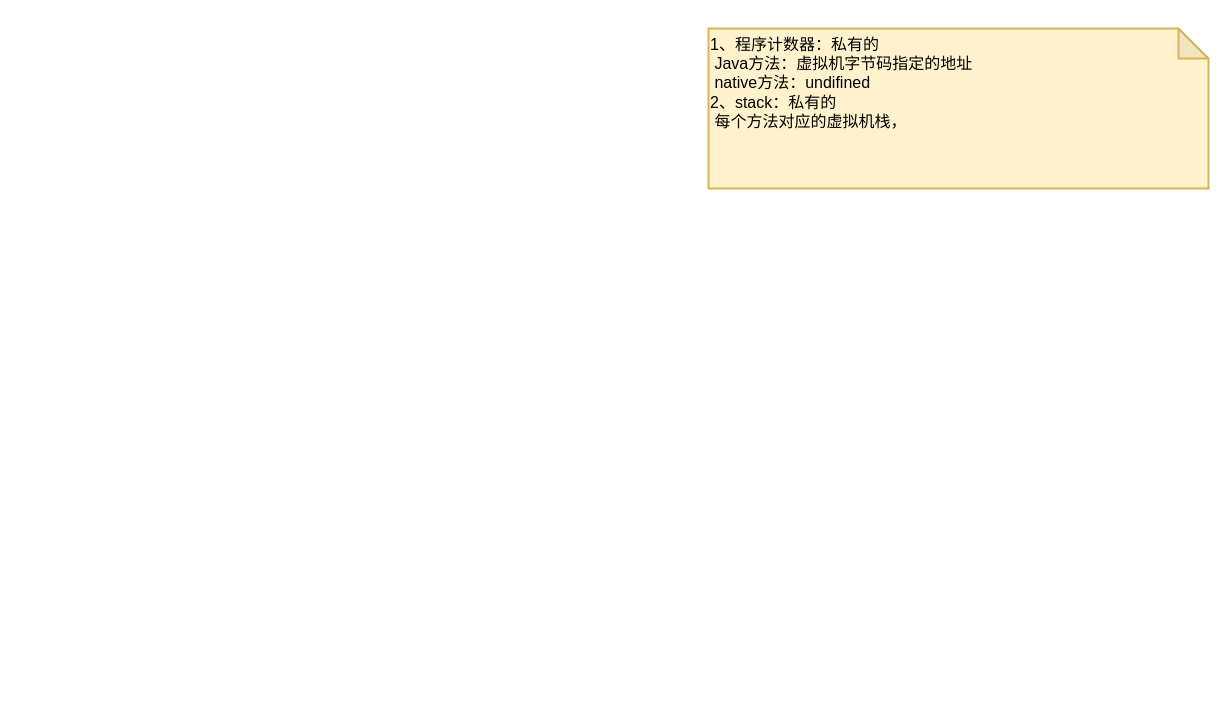
Earlier version of the draw.io diagram page "运行时数据区域" (4 of 4) of JVM.drawio (starzy1990/diagrams). Source tidied: cells renumbered, new cells numbered last; positions are measured from the earlier drawing's top-left corner, leaving out a move shared by most shapes. Both pictures are drawn from the tidied source at 100%, with x=0, y=0 at pixel (708, 28).
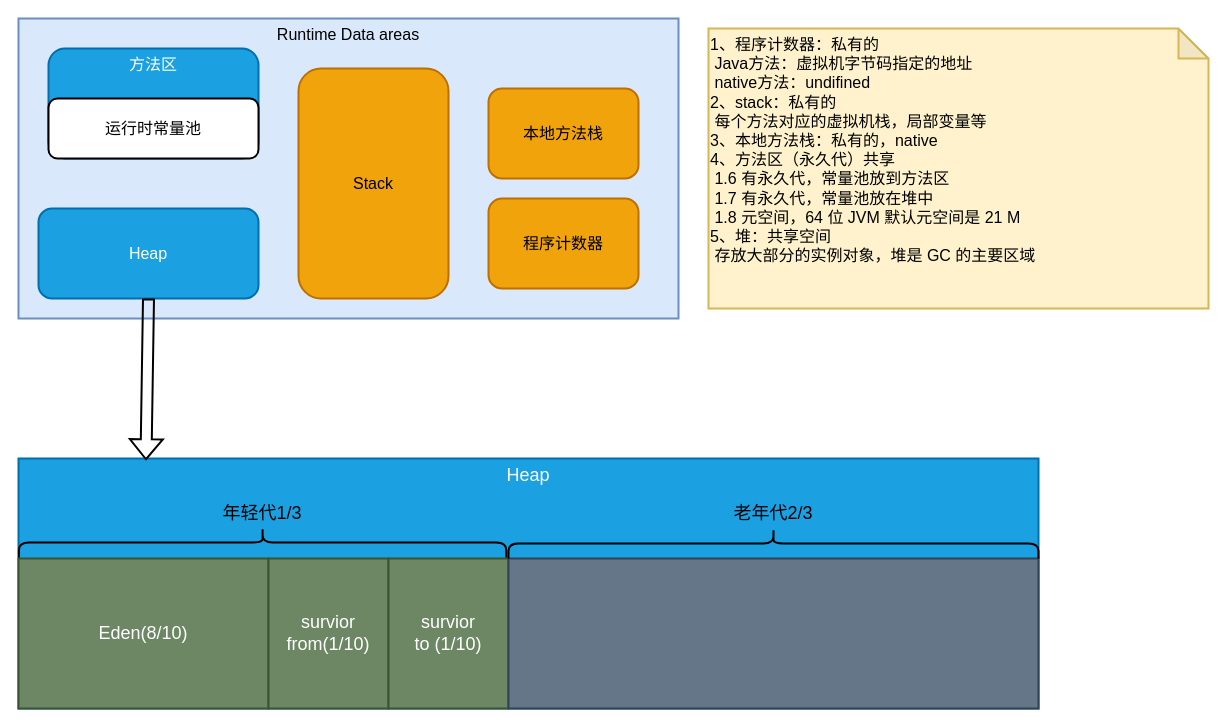
The same diagram, later.

What changed in the source:
```diff
@@
 <mxGraphModel>
   <root>
     <mxCell id="0" />
     <mxCell id="1" parent="0" />
-    <mxCell id="2" value="1、程序计数器：私有的&lt;br&gt;&lt;span style=&quot;white-space: pre&quot;&gt; &lt;/span&gt;Java方法：虚拟机字节码指定的地址&lt;br&gt;&lt;span style=&quot;white-space: pre&quot;&gt; &lt;/span&gt;native方法：undifined&lt;br&gt;2、stack：私有的&lt;br&gt;&lt;span style=&quot;white-space: pre&quot;&gt; &lt;/span&gt;每个方法对应的虚拟机栈，" style="shape=note;whiteSpace=wrap;html=1;backgroundOutline=1;darkOpacity=0.05;fontSize=16;strokeWidth=2;fillColor=#fff2cc;strokeColor=#d6b656;align=left;verticalAlign=top;" parent="1" vertex="1">
-      <mxGeometry width="500" height="160" as="geometry" />
+    <mxCell id="2" value="1、程序计数器：私有的&lt;br&gt;&lt;span style=&quot;white-space: pre&quot;&gt; &lt;/span&gt;Java方法：虚拟机字节码指定的地址&lt;br&gt;&lt;span style=&quot;white-space: pre&quot;&gt; &lt;/span&gt;native方法：undifined&lt;br&gt;2、stack：私有的&lt;br&gt;&lt;span style=&quot;white-space: pre&quot;&gt; &lt;/span&gt;每个方法对应的虚拟机栈，局部变量等&lt;br&gt;3、本地方法栈：私有的，native&lt;br&gt;4、方法区（永久代）共享&lt;br&gt;&lt;span style=&quot;white-space: pre&quot;&gt; &lt;/span&gt;1.6 有永久代，常量池放到方法区&lt;br&gt;&lt;span style=&quot;white-space: pre&quot;&gt; &lt;/span&gt;1.7 有永久代，常量池放在堆中&lt;br&gt;&lt;span style=&quot;white-space: pre&quot;&gt; &lt;/span&gt;1.8 元空间，64 位 JVM 默认元空间是 21 M&lt;br&gt;5、堆：共享空间&lt;br&gt;&lt;span style=&quot;white-space: pre&quot;&gt; &lt;/span&gt;存放大部分的实例对象，堆是 GC 的主要区域" style="shape=note;whiteSpace=wrap;html=1;backgroundOutline=1;darkOpacity=0.05;fontSize=16;strokeWidth=2;fillColor=#fff2cc;strokeColor=#d6b656;align=left;verticalAlign=top;" parent="1" vertex="1">
+      <mxGeometry width="500" height="280" as="geometry" />
     </mxCell>
+    <mxCell id="3" value="Runtime Data areas" style="rounded=0;whiteSpace=wrap;html=1;fontSize=16;strokeWidth=2;fillColor=#dae8fc;strokeColor=#6c8ebf;verticalAlign=top;" parent="1" vertex="1">
+      <mxGeometry x="-690" y="-10" width="660" height="300" as="geometry" />
+    </mxCell>
+    <mxCell id="4" value="方法区" style="rounded=1;whiteSpace=wrap;html=1;fontSize=16;strokeWidth=2;fillColor=#1ba1e2;fontColor=#ffffff;strokeColor=#006EAF;verticalAlign=top;" parent="1" vertex="1">
+      <mxGeometry x="-660" y="20" width="210" height="110" as="geometry" />
+    </mxCell>
+    <mxCell id="5" value="运行时常量池" style="rounded=1;whiteSpace=wrap;html=1;fontSize=16;strokeWidth=2;" parent="1" vertex="1">
+      <mxGeometry x="-660" y="70" width="210" height="60" as="geometry" />
+    </mxCell>
+    <mxCell id="6" value="Heap" style="rounded=1;whiteSpace=wrap;html=1;fontSize=16;strokeWidth=2;fillColor=#1ba1e2;fontColor=#ffffff;strokeColor=#006EAF;" parent="1" vertex="1">
+      <mxGeometry x="-670" y="180" width="220" height="90" as="geometry" />
+    </mxCell>
+    <mxCell id="7" value="Stack" style="rounded=1;whiteSpace=wrap;html=1;fontSize=16;strokeWidth=2;fillColor=#f0a30a;fontColor=#000000;strokeColor=#BD7000;" parent="1" vertex="1">
+      <mxGeometry x="-410" y="40" width="150" height="230" as="geometry" />
+    </mxCell>
+    <mxCell id="8" value="本地方法栈" style="rounded=1;whiteSpace=wrap;html=1;fontSize=16;strokeWidth=2;fillColor=#f0a30a;fontColor=#000000;strokeColor=#BD7000;" parent="1" vertex="1">
+      <mxGeometry x="-220" y="60" width="150" height="90" as="geometry" />
+    </mxCell>
+    <mxCell id="9" value="程序计数器" style="rounded=1;whiteSpace=wrap;html=1;fontSize=16;strokeWidth=2;fillColor=#f0a30a;fontColor=#000000;strokeColor=#BD7000;" parent="1" vertex="1">
+      <mxGeometry x="-220" y="170" width="150" height="90" as="geometry" />
+    </mxCell>
+    <mxCell id="10" value="Heap" style="rounded=0;whiteSpace=wrap;html=1;fontSize=18;strokeWidth=2;verticalAlign=top;fillColor=#1ba1e2;strokeColor=#006EAF;fontColor=#ffffff;" parent="1" vertex="1">
+      <mxGeometry x="-690" y="430" width="1020" height="250" as="geometry" />
+    </mxCell>
+    <mxCell id="11" style="shape=flexArrow;endArrow=classic;html=1;rounded=0;fontSize=16;strokeWidth=2;exitX=0.5;exitY=1;exitDx=0;exitDy=0;entryX=0.125;entryY=0.007;entryDx=0;entryDy=0;entryPerimeter=0;" parent="1" edge="1" source="6" target="10">
+      <mxGeometry relative="1" as="geometry" />
+    </mxCell>
+    <mxCell id="12" value="Eden(8/10)" style="rounded=0;whiteSpace=wrap;html=1;fontSize=18;strokeWidth=2;fillColor=#6d8764;fontColor=#ffffff;strokeColor=#3A5431;" parent="1" vertex="1">
+      <mxGeometry x="-690" y="530" width="250" height="150" as="geometry" />
+    </mxCell>
+    <mxCell id="13" value="survior&lt;br style=&quot;font-size: 18px;&quot;&gt;from(1/10)" style="rounded=0;whiteSpace=wrap;html=1;fontSize=18;strokeWidth=2;fillColor=#6d8764;fontColor=#ffffff;strokeColor=#3A5431;" parent="1" vertex="1">
+      <mxGeometry x="-440" y="530" width="120" height="150" as="geometry" />
+    </mxCell>
+    <mxCell id="14" value="survior&lt;br style=&quot;font-size: 18px;&quot;&gt;to (1/10)" style="rounded=0;whiteSpace=wrap;html=1;fontSize=18;strokeWidth=2;fillColor=#6d8764;fontColor=#ffffff;strokeColor=#3A5431;" parent="1" vertex="1">
+      <mxGeometry x="-320" y="530" width="120" height="150" as="geometry" />
+    </mxCell>
+    <mxCell id="15" style="rounded=0;whiteSpace=wrap;html=1;fontSize=16;strokeWidth=2;fillColor=#647687;fontColor=#ffffff;strokeColor=#314354;" parent="1" vertex="1">
+      <mxGeometry x="-200" y="530" width="530" height="150" as="geometry" />
+    </mxCell>
+    <mxCell id="16" style="shape=curlyBracket;whiteSpace=wrap;html=1;rounded=1;fontSize=16;strokeWidth=2;rotation=90;size=0.5;" parent="1" vertex="1">
+      <mxGeometry x="-460.9" y="270.3" width="30" height="487.4" as="geometry" />
+    </mxCell>
+    <mxCell id="17" value="年轻代1/3" style="text;html=1;strokeColor=none;fillColor=none;align=center;verticalAlign=middle;whiteSpace=wrap;rounded=0;fontSize=18;" parent="1" vertex="1">
+      <mxGeometry x="-488.9" y="470" width="86" height="30" as="geometry" />
+    </mxCell>
+    <mxCell id="18" style="shape=curlyBracket;whiteSpace=wrap;html=1;rounded=1;flipH=1;fontSize=18;strokeWidth=2;direction=south;" parent="1" vertex="1">
+      <mxGeometry x="-200" y="500" width="530" height="30" as="geometry" />
+    </mxCell>
+    <mxCell id="19" value="老年代2/3" style="text;html=1;strokeColor=none;fillColor=none;align=center;verticalAlign=middle;whiteSpace=wrap;rounded=0;fontSize=18;" parent="1" vertex="1">
+      <mxGeometry x="22" y="470" width="86" height="30" as="geometry" />
+    </mxCell>
   </root>
 </mxGraphModel>
```
